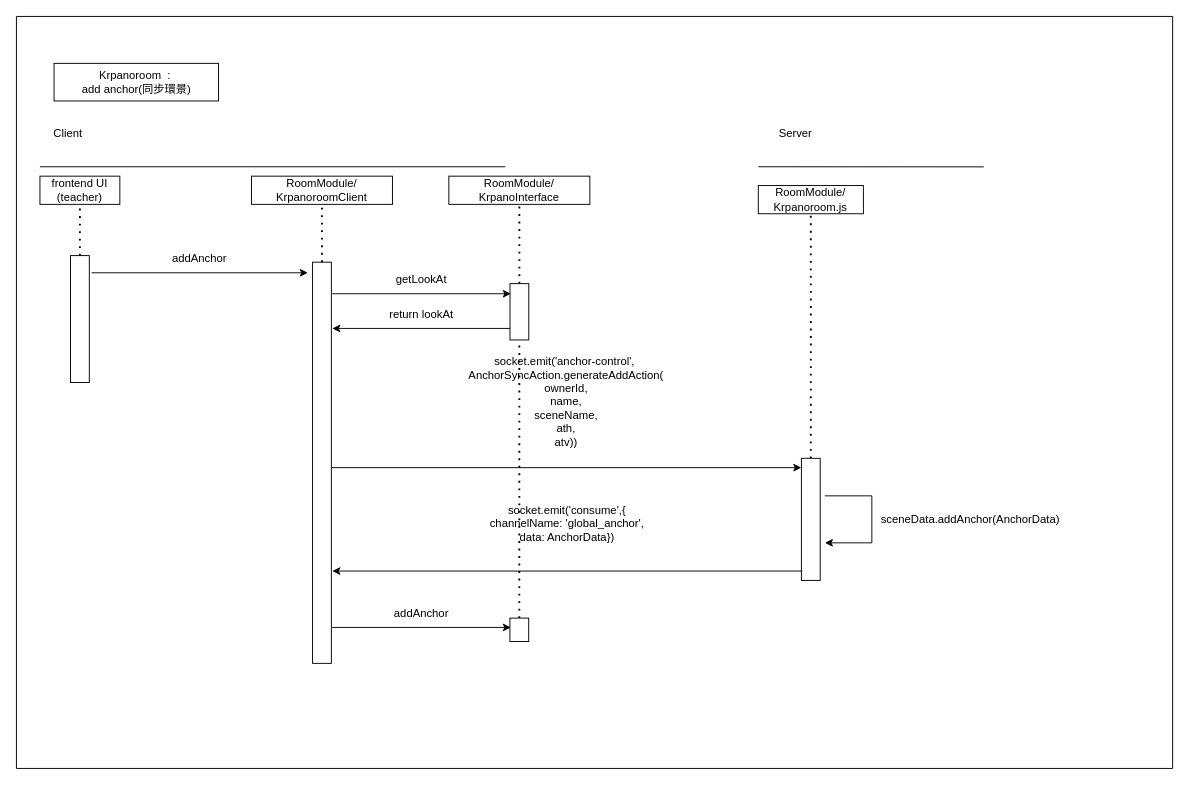
doremi31618/Assets keeps this draw.io diagram as classroom-ultra-uml/sequence-diagram/Krpanoroom-AnchorAction.drawio. Above is the earlier version. Source tidied: cells renumbered, new cells numbered last; positions are measured from the earlier drawing's top-left corner, leaving out a move shared by most shapes. Both pictures are drawn from the tidied source at 94%, with x=0, y=0 at pixel (16, 16).
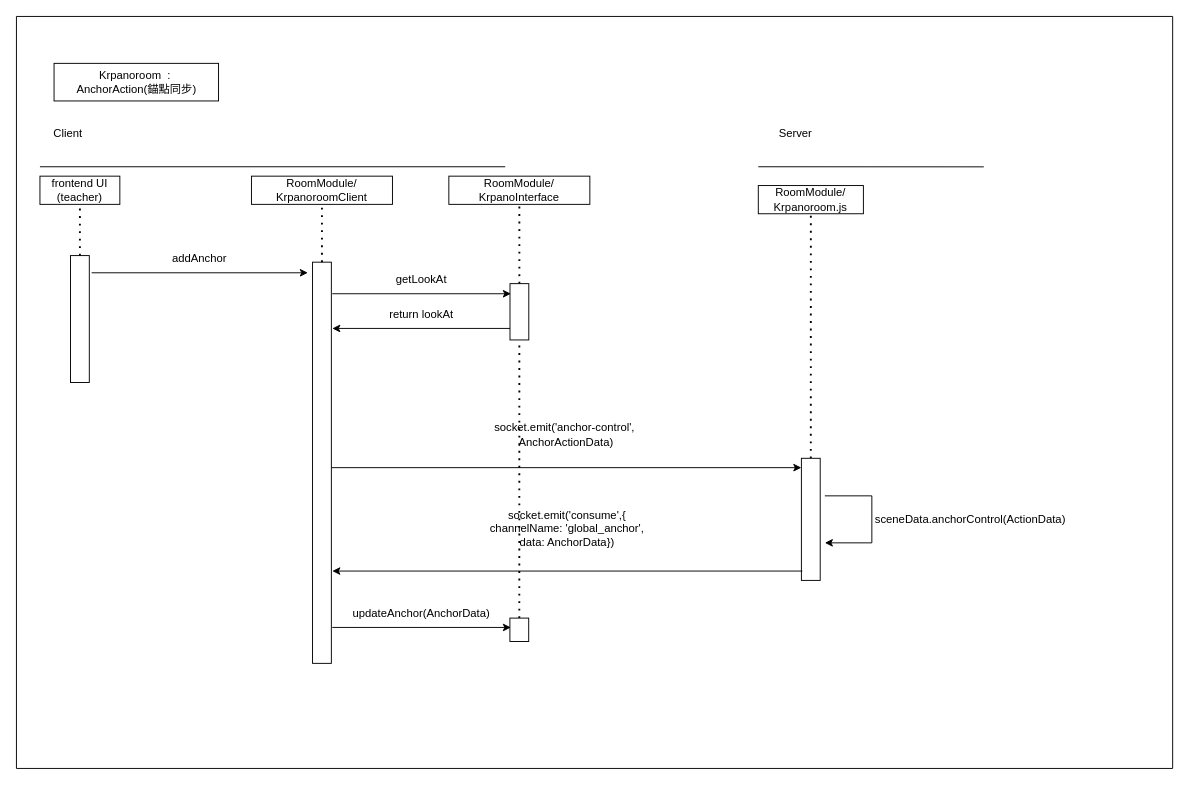
Above is the later version.

Unchanged cells that the change refers to:
```xml
<mxCell id="2" style="swimlane;startSize=0;fillColor=#FF5959;" parent="1" vertex="1">
  <mxGeometry width="1230" height="800" as="geometry" />
</mxCell>
```

Change to the diagram source:
```diff
@@
-    <mxCell id="9" value="Krpanoroom&amp;nbsp; :&amp;nbsp;&lt;br&gt;add anchor(同步環景)" style="text;strokeColor=none;align=center;fillColor=none;html=1;verticalAlign=middle;whiteSpace=wrap;rounded=0;" parent="2" vertex="1">
+    <mxCell id="9" value="Krpanoroom&amp;nbsp; :&amp;nbsp;&lt;br&gt;AnchorAction(錨點同步)" style="text;strokeColor=none;align=center;fillColor=none;html=1;verticalAlign=middle;whiteSpace=wrap;rounded=0;" parent="2" vertex="1">
       <mxGeometry x="52.5" y="54.9" width="150" height="30" as="geometry" />
     </mxCell>
@@
-    <mxCell id="25" value="socket.emit('anchor-control',&amp;nbsp;&lt;br&gt;AnchorSyncAction.generateAddAction(&lt;br&gt;ownerId,&lt;br&gt;name,&lt;br&gt;sceneName,&lt;br&gt;ath,&lt;br&gt;atv))" style="text;strokeColor=none;align=center;fillColor=none;html=1;verticalAlign=middle;whiteSpace=wrap;rounded=0;" parent="2" vertex="1">
-      <mxGeometry x="335" y="340" width="500" height="140" as="geometry" />
+    <mxCell id="25" value="socket.emit('anchor-control',&amp;nbsp;&lt;br&gt;AnchorActionData)" style="text;strokeColor=none;align=center;fillColor=none;html=1;verticalAlign=middle;whiteSpace=wrap;rounded=0;" parent="2" vertex="1">
+      <mxGeometry x="335" y="410" width="500" height="70" as="geometry" />
     </mxCell>
@@
     <mxCell id="27" value="socket.emit('consume',{&lt;br&gt;channelName: 'global_anchor',&lt;br&gt;data: AnchorData})" style="text;strokeColor=none;align=center;fillColor=none;html=1;verticalAlign=middle;whiteSpace=wrap;rounded=0;" parent="2" vertex="1">
-      <mxGeometry x="336" y="490" width="500" height="100" as="geometry" />
+      <mxGeometry x="336" y="500" width="500" height="90" as="geometry" />
     </mxCell>
@@
-    <mxCell id="29" value="&amp;nbsp; &amp;nbsp; &amp;nbsp; &amp;nbsp; &amp;nbsp;sceneData.addAnchor(AnchorData)" style="text;strokeColor=none;align=center;fillColor=none;html=1;verticalAlign=middle;whiteSpace=wrap;rounded=0;" parent="2" vertex="1">
+    <mxCell id="29" value="&amp;nbsp; &amp;nbsp; &amp;nbsp; &amp;nbsp; &amp;nbsp;sceneData.anchorControl(ActionData)" style="text;strokeColor=none;align=center;fillColor=none;html=1;verticalAlign=middle;whiteSpace=wrap;rounded=0;" parent="2" vertex="1">
       <mxGeometry x="860" y="510" width="280" height="50" as="geometry" />
     </mxCell>
@@
-    <mxCell id="32" value="addAnchor" style="text;strokeColor=none;align=center;fillColor=none;html=1;verticalAlign=middle;whiteSpace=wrap;rounded=0;" parent="2" vertex="1">
+    <mxCell id="32" value="updateAnchor(AnchorData)" style="text;strokeColor=none;align=center;fillColor=none;html=1;verticalAlign=middle;whiteSpace=wrap;rounded=0;" parent="2" vertex="1">
       <mxGeometry x="336" y="620" width="190" height="30" as="geometry" />
     </mxCell>
```
